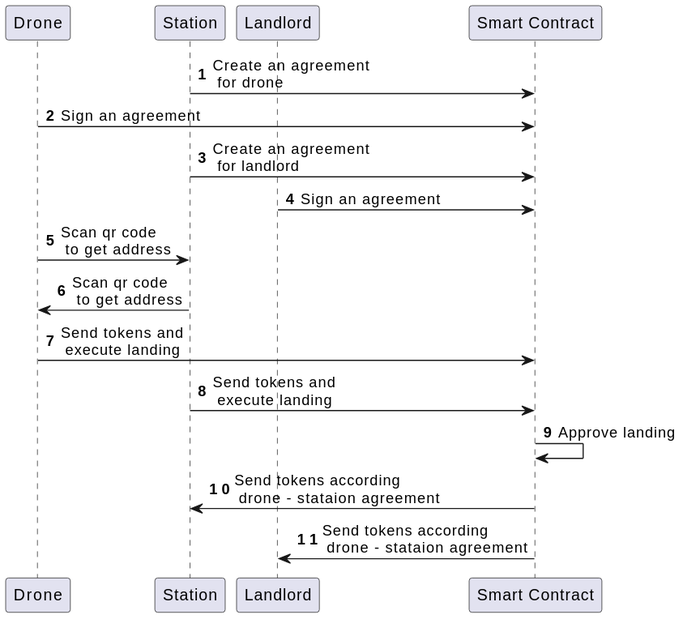
This is docs/render/GroundCycle.svg from staex-io/rise-next, a PlantUML export, as it was before one commit.
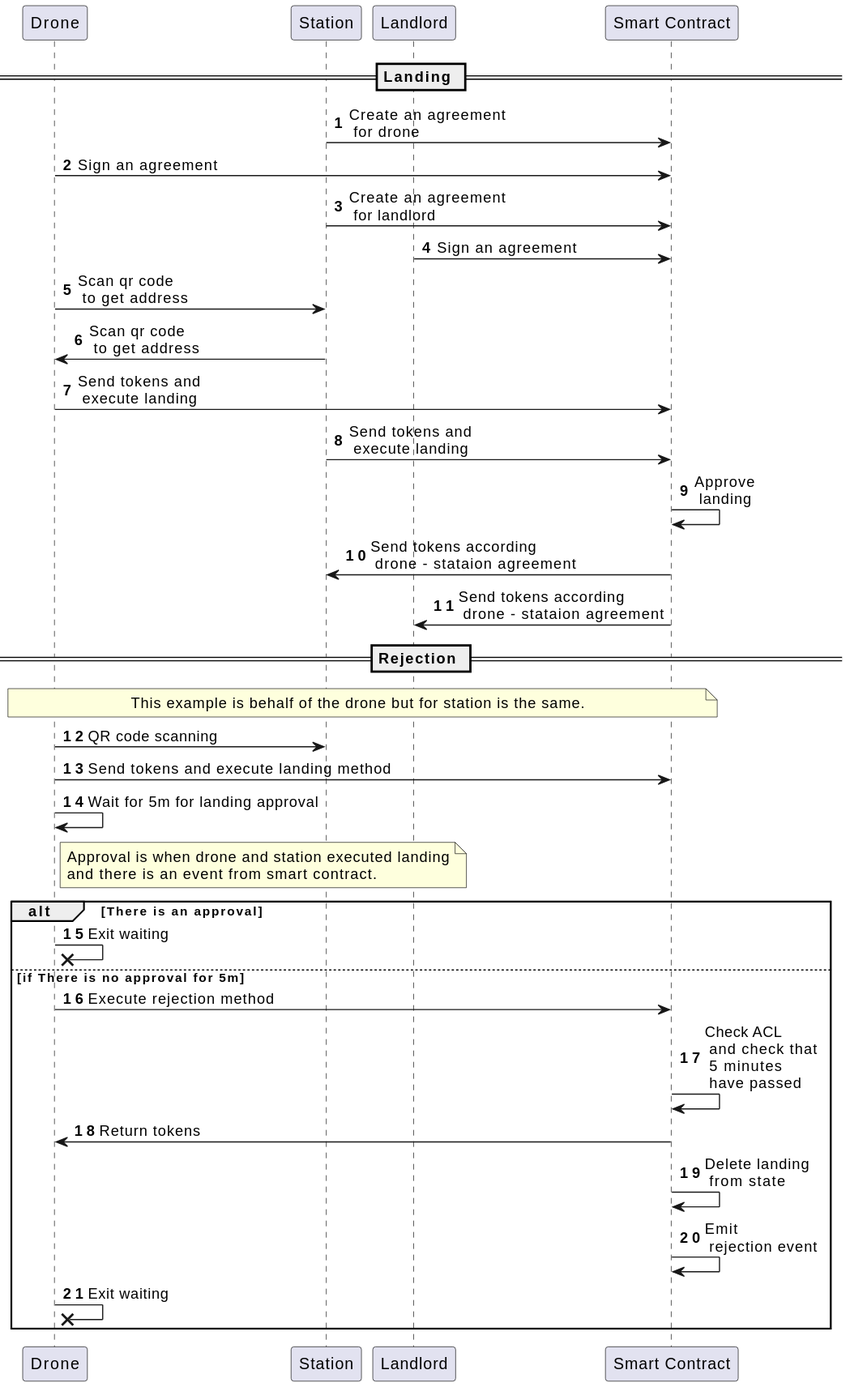
Later version of the same file.

Change to the diagram source:
```diff
@@ -5,6 +5,8 @@
 participant Station as station
 participant Landlord as landlord
 participant "Smart Contract" as sc
+
+== Landing ==
 
 station -> sc: Create an agreement\n for drone
 drone -> sc: Sign an agreement
@@ -16,7 +18,29 @@
 drone -> sc: Send tokens and\n execute landing
 station -> sc: Send tokens and\n execute landing
 
-sc -> sc: Approve landing
+sc -> sc: Approve\n landing
 sc -> station: Send tokens according\n drone - stataion agreement
 sc -> landlord: Send tokens according\n drone - stataion agreement
+
+== Rejection ==
+
+note over drone,sc: This example is behalf of the drone but for station is the same.
+
+drone -> station: QR code scanning
+drone -> sc: Send tokens and execute landing method
+drone -> drone: Wait for 5m for landing approval
+note right drone
+Approval is when drone and station executed landing
+and there is an event from smart contract.
+end note
+alt There is an approval
+drone ->x drone: Exit waiting
+else if There is no approval for 5m
+drone -> sc: Execute rejection method
+sc -> sc: Check ACL\n and check that\n 5 minutes\n have passed
+sc -> drone: Return tokens
+sc -> sc: Delete landing\n from state
+sc -> sc: Emit\n rejection event
+drone ->x drone: Exit waiting
+end
 @enduml
```
